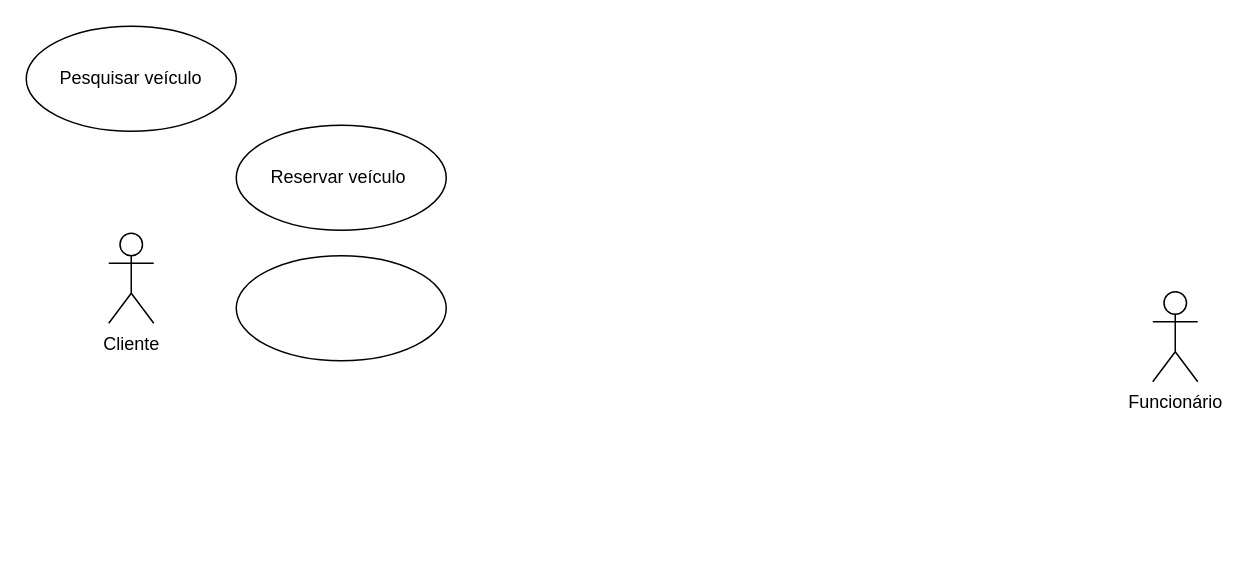
Before: page "Atividade1" (2 of 4) of Atividade.drawio in Ghabryelle/casos_de_uso, a draw.io diagram. Source tidied: cells renumbered, new cells numbered last; positions are measured from the earlier drawing's top-left corner, leaving out a move shared by most shapes. Both pictures are drawn from the tidied source at 150%, with x=0, y=0 at pixel (26, 26).
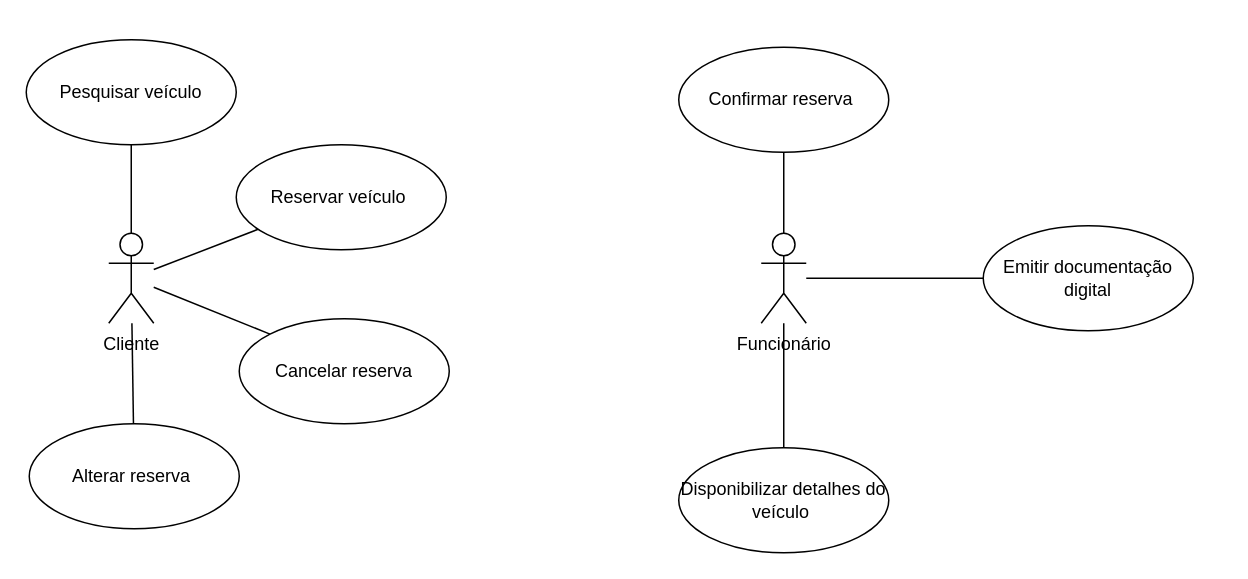
The same diagram, later.

Change to the diagram source:
```diff
@@
 <mxGraphModel>
   <root>
     <mxCell id="0" />
     <mxCell id="1" parent="0" />
+    <mxCell id="7" style="edgeStyle=none;curved=1;rounded=0;jettySize=auto;html=1;fontSize=12;startSize=8;endSize=8;endArrow=none;endFill=0;" parent="1" edge="1" source="2" target="4">
+      <mxGeometry relative="1" as="geometry" />
+    </mxCell>
+    <mxCell id="8" style="edgeStyle=none;curved=1;rounded=0;jettySize=auto;html=1;fontSize=12;startSize=8;endSize=8;endArrow=none;endFill=0;" parent="1" edge="1" source="2" target="5">
+      <mxGeometry relative="1" as="geometry" />
+    </mxCell>
+    <mxCell id="9" style="edgeStyle=none;curved=1;rounded=0;jettySize=auto;html=1;entryX=0;entryY=0;entryDx=0;entryDy=0;fontSize=12;startSize=8;endSize=8;endArrow=none;endFill=0;" parent="1" edge="1" source="2" target="6">
+      <mxGeometry relative="1" as="geometry" />
+    </mxCell>
+    <mxCell id="10" style="edgeStyle=none;curved=1;rounded=0;jettySize=auto;html=1;fontSize=12;startSize=8;endSize=8;endArrow=none;endFill=0;" parent="1" edge="1" source="2" target="14">
+      <mxGeometry relative="1" as="geometry" />
+    </mxCell>
     <mxCell id="2" value="Cliente" style="shape=umlActor;html=1;verticalLabelPosition=bottom;verticalAlign=top;align=center;" parent="1" vertex="1">
       <mxGeometry x="55" y="138" width="30" height="60" as="geometry" />
     </mxCell>
+    <mxCell id="11" style="edgeStyle=none;curved=1;rounded=0;jettySize=auto;html=1;fontSize=12;startSize=8;endSize=8;endArrow=none;endFill=0;" parent="1" edge="1" source="3" target="16">
+      <mxGeometry relative="1" as="geometry" />
+    </mxCell>
+    <mxCell id="12" style="edgeStyle=none;curved=1;rounded=0;jettySize=auto;html=1;fontSize=12;startSize=8;endSize=8;endArrow=none;endFill=0;" parent="1" edge="1" target="15">
+      <mxGeometry relative="1" as="geometry">
+        <mxPoint x="505" y="138" as="sourcePoint" />
+      </mxGeometry>
+    </mxCell>
+    <mxCell id="13" style="edgeStyle=none;curved=1;rounded=0;jettySize=auto;html=1;fontSize=12;startSize=8;endSize=8;endArrow=none;endFill=0;" parent="1" edge="1" source="3" target="17">
+      <mxGeometry relative="1" as="geometry" />
+    </mxCell>
     <mxCell id="3" value="Funcionário" style="shape=umlActor;html=1;verticalLabelPosition=bottom;verticalAlign=top;align=center;" parent="1" vertex="1">
-      <mxGeometry x="751" y="177" width="30" height="60" as="geometry" />
+      <mxGeometry x="490" y="138" width="30" height="60" as="geometry" />
     </mxCell>
     <mxCell id="4" value="Pesquisar veículo" style="ellipse;whiteSpace=wrap;html=1;" parent="1" vertex="1">
-      <mxGeometry width="140" height="70" as="geometry" />
+      <mxGeometry y="9" width="140" height="70" as="geometry" />
     </mxCell>
     <mxCell id="5" value="Reservar veículo&amp;nbsp;" style="ellipse;whiteSpace=wrap;html=1;" parent="1" vertex="1">
-      <mxGeometry x="140" y="66" width="140" height="70" as="geometry" />
+      <mxGeometry x="140" y="79" width="140" height="70" as="geometry" />
     </mxCell>
-    <mxCell id="6" style="ellipse;whiteSpace=wrap;html=1;" parent="1" vertex="1">
-      <mxGeometry x="140" y="153" width="140" height="70" as="geometry" />
+    <mxCell id="6" value="Cancelar reserva" style="ellipse;whiteSpace=wrap;html=1;" parent="1" vertex="1">
+      <mxGeometry x="142" y="195" width="140" height="70" as="geometry" />
     </mxCell>
+    <mxCell id="14" value="Alterar reserva&amp;nbsp;" style="ellipse;whiteSpace=wrap;html=1;" parent="1" vertex="1">
+      <mxGeometry x="2" y="265" width="140" height="70" as="geometry" />
+    </mxCell>
+    <mxCell id="15" value="Confirmar reserva&amp;nbsp;" style="ellipse;whiteSpace=wrap;html=1;" parent="1" vertex="1">
+      <mxGeometry x="435" y="14" width="140" height="70" as="geometry" />
+    </mxCell>
+    <mxCell id="16" value="Disponibilizar detalhes do veículo&amp;nbsp;" style="ellipse;whiteSpace=wrap;html=1;" parent="1" vertex="1">
+      <mxGeometry x="435" y="281" width="140" height="70" as="geometry" />
+    </mxCell>
+    <mxCell id="17" value="Emitir documentação digital" style="ellipse;whiteSpace=wrap;html=1;" parent="1" vertex="1">
+      <mxGeometry x="638" y="133" width="140" height="70" as="geometry" />
+    </mxCell>
   </root>
 </mxGraphModel>
```
